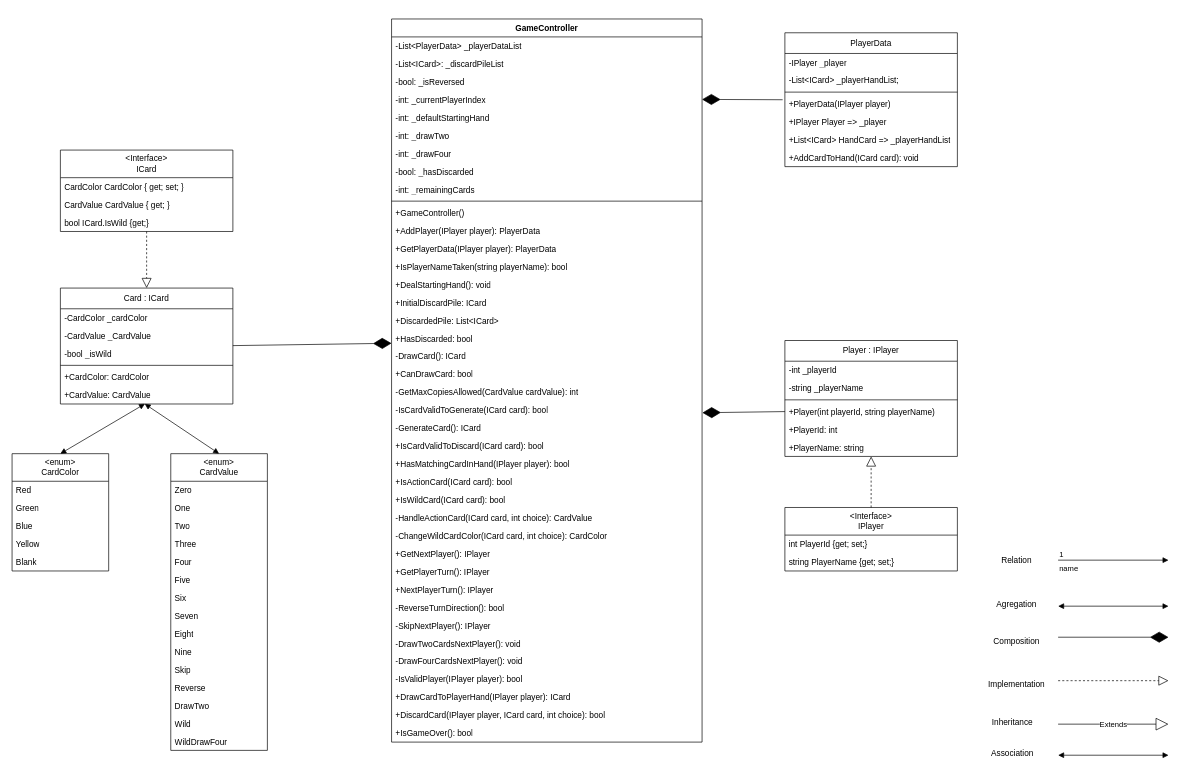
Before: Uno Game: Class Diagram.drawio in RobbiAdam/Uno-Game, a draw.io diagram. Source tidied: cells renumbered, new cells numbered last; positions are measured from the earlier drawing's top-left corner, leaving out a move shared by most shapes. Both pictures are drawn from the tidied source at 69%, with x=0, y=0 at pixel (12, 19).
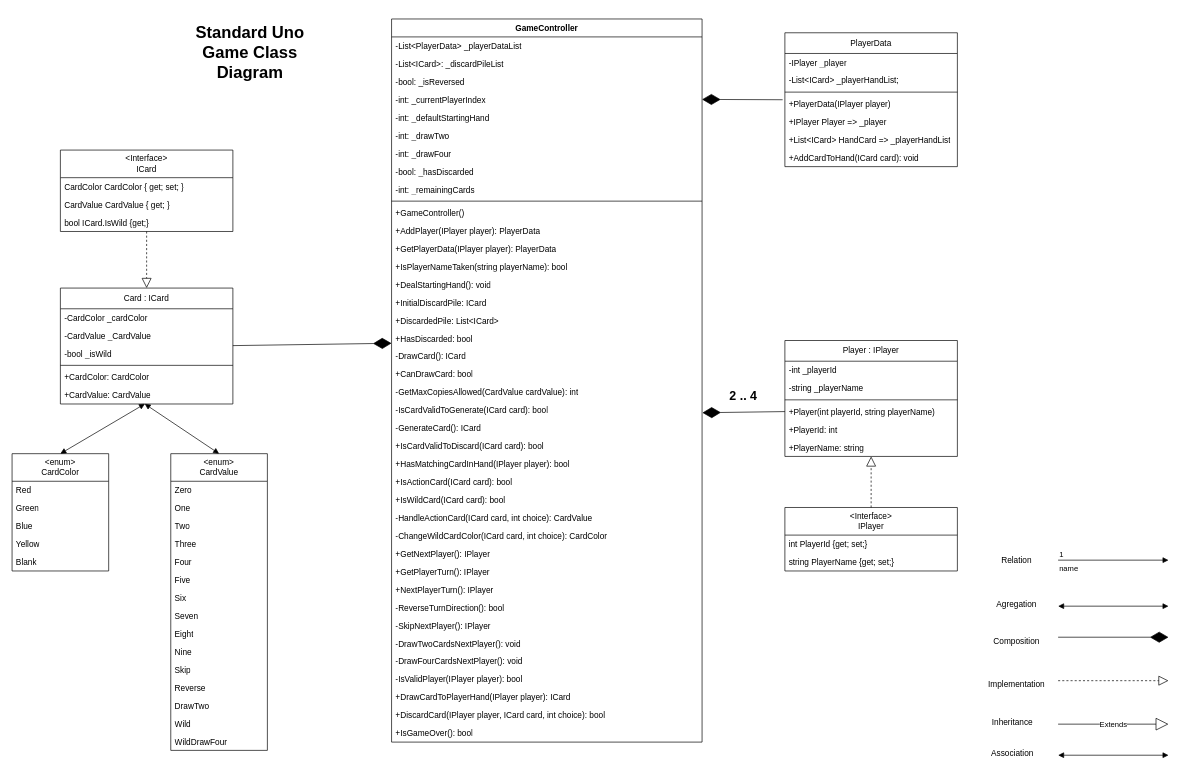
Above is the later version.

Change to the diagram source:
```diff
@@
+    <mxCell id="114" value="&lt;h1&gt;Standard Uno Game Class Diagram&lt;/h1&gt;" style="text;html=1;strokeColor=none;fillColor=none;spacing=5;spacingTop=-20;whiteSpace=wrap;overflow=hidden;rounded=0;align=center;" parent="1" vertex="1">
+      <mxGeometry x="250" width="190" height="120" as="geometry" />
+    </mxCell>
+    <mxCell id="115" value="&lt;b&gt;&lt;font style=&quot;font-size: 18px;&quot;&gt;2 .. 4&lt;/font&gt;&lt;/b&gt;" style="text;html=1;strokeColor=none;fillColor=none;align=center;verticalAlign=middle;whiteSpace=wrap;rounded=0;" parent="1" vertex="1">
+      <mxGeometry x="1030" y="532" width="60" height="30" as="geometry" />
+    </mxCell>
```
